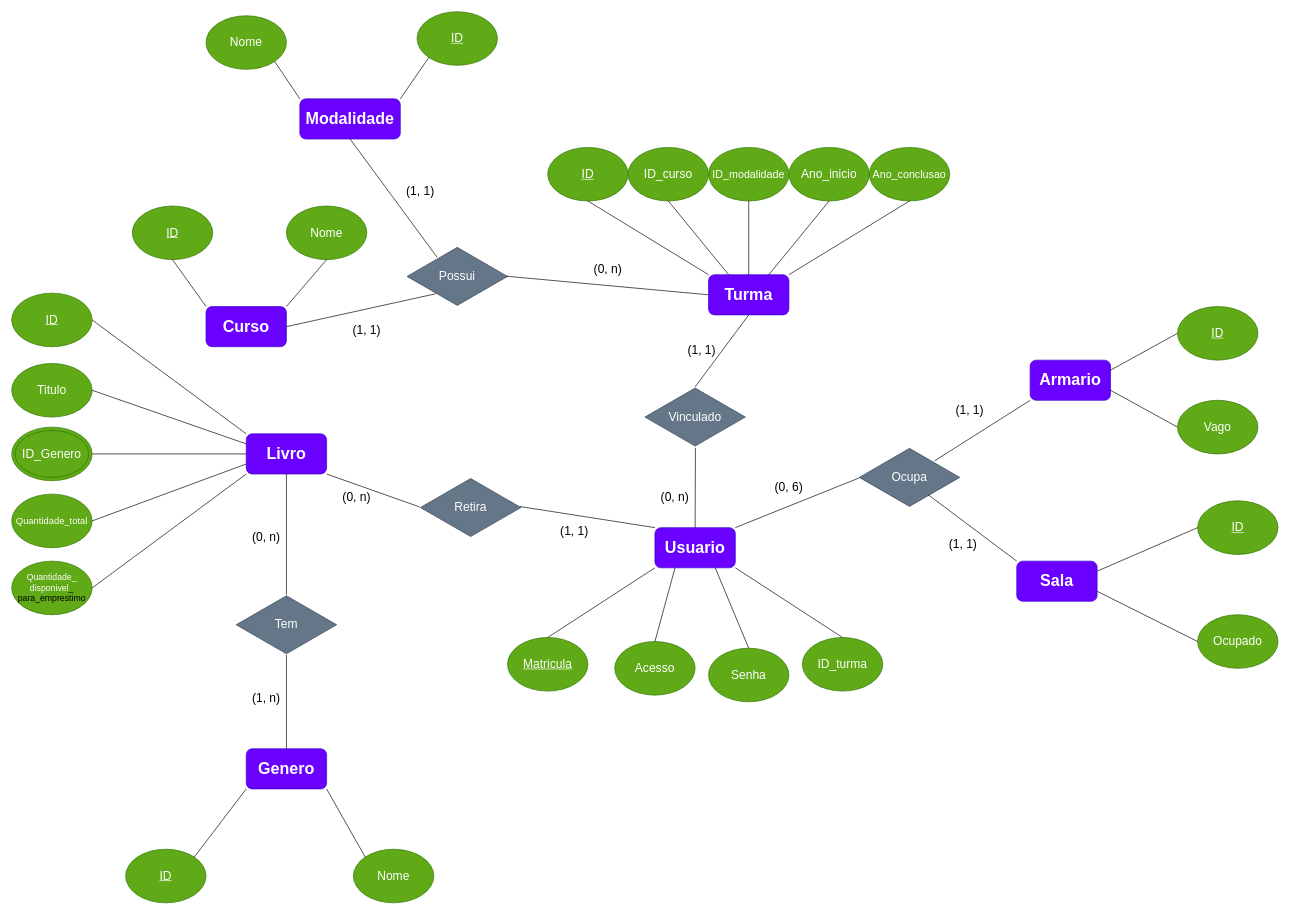
Sediclaneto/Projeto_biblioteca keeps this draw.io diagram as Projeto_biblioteca_modelo_conceitual.drawio. Above is the earlier version. Source tidied: cells renumbered, new cells numbered last; positions are measured from the earlier drawing's top-left corner, leaving out a move shared by most shapes. Both pictures are drawn from the tidied source at 67%, with x=0, y=0 at pixel (11, 11).
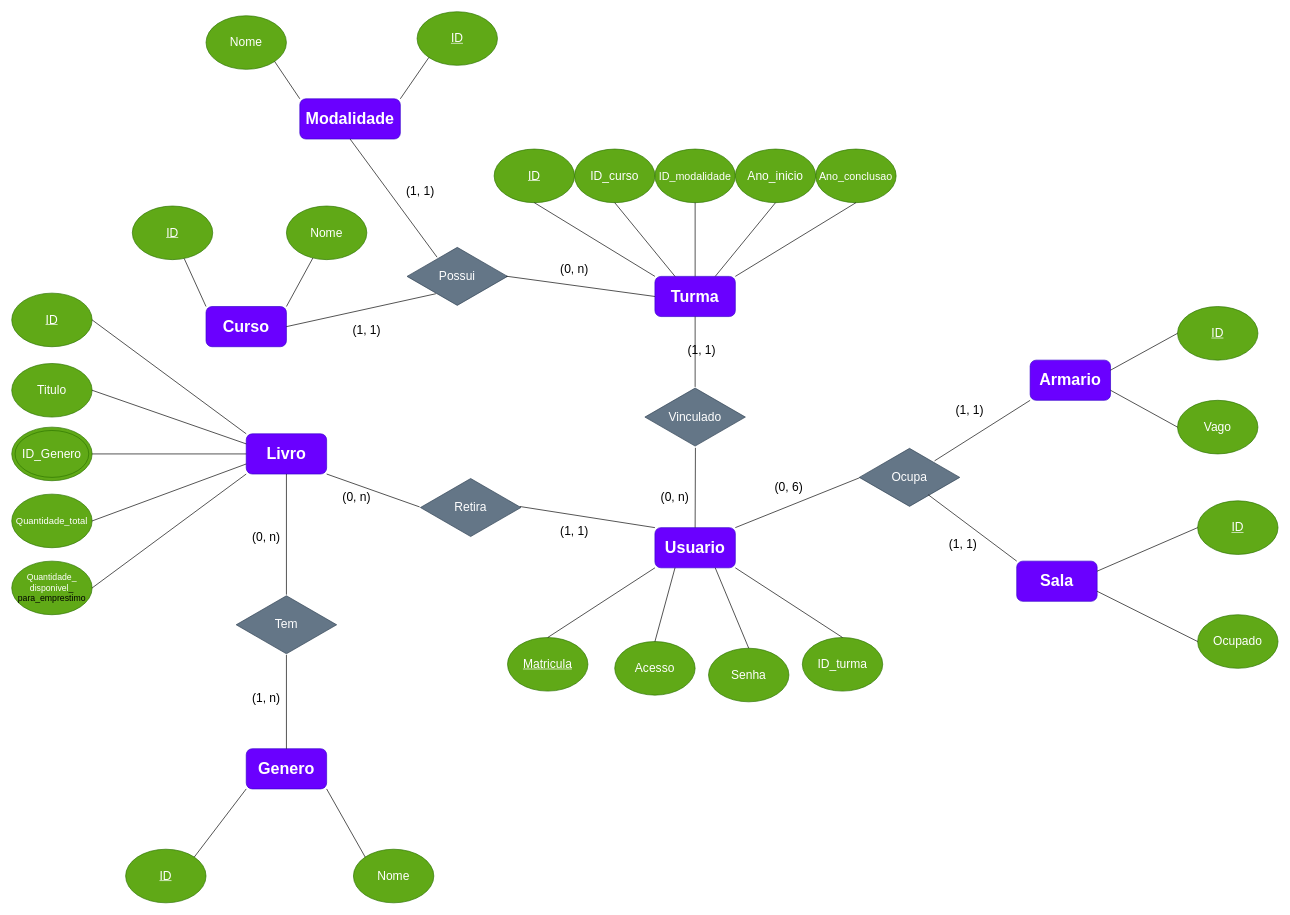
The same page after the edit.

Unchanged cells that the change refers to:
```xml
<mxCell id="43" value="&lt;h1&gt;Curso&lt;/h1&gt;" style="rounded=1;whiteSpace=wrap;html=1;fillColor=#6a00ff;fontColor=#ffffff;strokeColor=#3700CC;" parent="1" vertex="1">
  <mxGeometry x="290" y="440" width="120" height="60" as="geometry" />
</mxCell>
<mxCell id="44" value="&lt;u&gt;&lt;font style=&quot;font-size: 18px;&quot;&gt;ID&lt;/font&gt;&lt;/u&gt;" style="ellipse;whiteSpace=wrap;html=1;fillColor=#60a917;fontColor=#ffffff;strokeColor=#2D7600;" parent="1" vertex="1">
  <mxGeometry x="180" y="290" width="120" height="80" as="geometry" />
</mxCell>
<mxCell id="45" value="&lt;font style=&quot;font-size: 18px;&quot;&gt;Nome&lt;/font&gt;" style="ellipse;whiteSpace=wrap;html=1;fillColor=#60a917;fontColor=#ffffff;strokeColor=#2D7600;" parent="1" vertex="1">
  <mxGeometry x="410" y="290" width="120" height="80" as="geometry" />
</mxCell>
```

What changed in the source:
```diff
@@
     <mxCell id="32" value="&lt;h1&gt;Turma&lt;/h1&gt;" style="rounded=1;whiteSpace=wrap;html=1;fillColor=#6a00ff;strokeColor=#3700CC;fontColor=#ffffff;" parent="1" vertex="1">
-      <mxGeometry x="1040" y="392.5" width="120" height="60" as="geometry" />
+      <mxGeometry x="960" y="395" width="120" height="60" as="geometry" />
     </mxCell>
     <mxCell id="33" value="&lt;u&gt;&lt;font style=&quot;font-size: 18px;&quot;&gt;ID&lt;/font&gt;&lt;/u&gt;" style="ellipse;whiteSpace=wrap;html=1;fillColor=#60a917;fontColor=#ffffff;strokeColor=#2D7600;" parent="1" vertex="1">
-      <mxGeometry x="800" y="202.5" width="120" height="80" as="geometry" />
+      <mxGeometry x="720" y="205" width="120" height="80" as="geometry" />
     </mxCell>
     <mxCell id="34" value="&lt;font style=&quot;font-size: 18px;&quot;&gt;ID_curso&lt;/font&gt;" style="ellipse;whiteSpace=wrap;html=1;fillColor=#60a917;fontColor=#ffffff;strokeColor=#2D7600;" parent="1" vertex="1">
-      <mxGeometry x="920" y="202.5" width="120" height="80" as="geometry" />
+      <mxGeometry x="840" y="205" width="120" height="80" as="geometry" />
     </mxCell>
     <mxCell id="35" value="&lt;font style=&quot;font-size: 16px;&quot;&gt;ID_modalidade&lt;/font&gt;" style="ellipse;whiteSpace=wrap;html=1;fillColor=#60a917;fontColor=#ffffff;strokeColor=#2D7600;" parent="1" vertex="1">
-      <mxGeometry x="1040" y="202.5" width="120" height="80" as="geometry" />
+      <mxGeometry x="960" y="205" width="120" height="80" as="geometry" />
     </mxCell>
     <mxCell id="36" value="Ano_inicio" style="ellipse;whiteSpace=wrap;html=1;fontSize=18;fillColor=#60a917;fontColor=#ffffff;strokeColor=#2D7600;" parent="1" vertex="1">
-      <mxGeometry x="1160" y="202.5" width="120" height="80" as="geometry" />
+      <mxGeometry x="1080" y="205" width="120" height="80" as="geometry" />
     </mxCell>
-    <mxCell id="37" value="&lt;font style=&quot;font-size: 16px;&quot;&gt;Ano_conclusao&lt;/font&gt;" style="ellipse;whiteSpace=wrap;html=1;fontSize=18;fillColor=#60a917;fontColor=#ffffff;strokeColor=#2D7600;" parent="1" vertex="1">
-      <mxGeometry x="1280" y="202.5" width="120" height="80" as="geometry" />
+    <mxCell id="37" value="&lt;font style=&quot;font-size: 16px;&quot;&gt;Ano_conclusao&lt;/font&gt;" style="ellipse;whiteSpace=wrap;html=1;fontSize=18;fillColor=#60a917;strokeColor=#2D7600;fontColor=#ffffff;" parent="1" vertex="1">
+      <mxGeometry x="1200" y="205" width="120" height="80" as="geometry" />
     </mxCell>
@@
-    <mxCell id="46" style="endArrow=none;html=1;rounded=0;entryX=0.5;entryY=1;entryDx=0;entryDy=0;exitX=1;exitY=0;exitDx=0;exitDy=0;" parent="1" edge="1" source="43" target="45">
+    <mxCell id="46" style="endArrow=none;html=1;rounded=0;exitX=1;exitY=0;exitDx=0;exitDy=0;" parent="1" edge="1" source="43" target="45">
       <mxGeometry relative="1" as="geometry" />
     </mxCell>
-    <mxCell id="47" style="endArrow=none;html=1;rounded=0;entryX=0.5;entryY=1;entryDx=0;entryDy=0;exitX=0;exitY=0;exitDx=0;exitDy=0;" parent="1" edge="1" source="43" target="44">
+    <mxCell id="47" style="endArrow=none;html=1;rounded=0;exitX=0;exitY=0;exitDx=0;exitDy=0;" parent="1" edge="1" source="43" target="44">
       <mxGeometry relative="1" as="geometry" />
     </mxCell>
@@
     <mxCell id="80" value="(0, n)" style="text;html=1;align=center;verticalAlign=middle;whiteSpace=wrap;rounded=0;fontSize=18;" parent="1" vertex="1">
-      <mxGeometry x="860" y="370" width="60" height="30" as="geometry" />
+      <mxGeometry x="810" y="370" width="60" height="30" as="geometry" />
     </mxCell>
```
